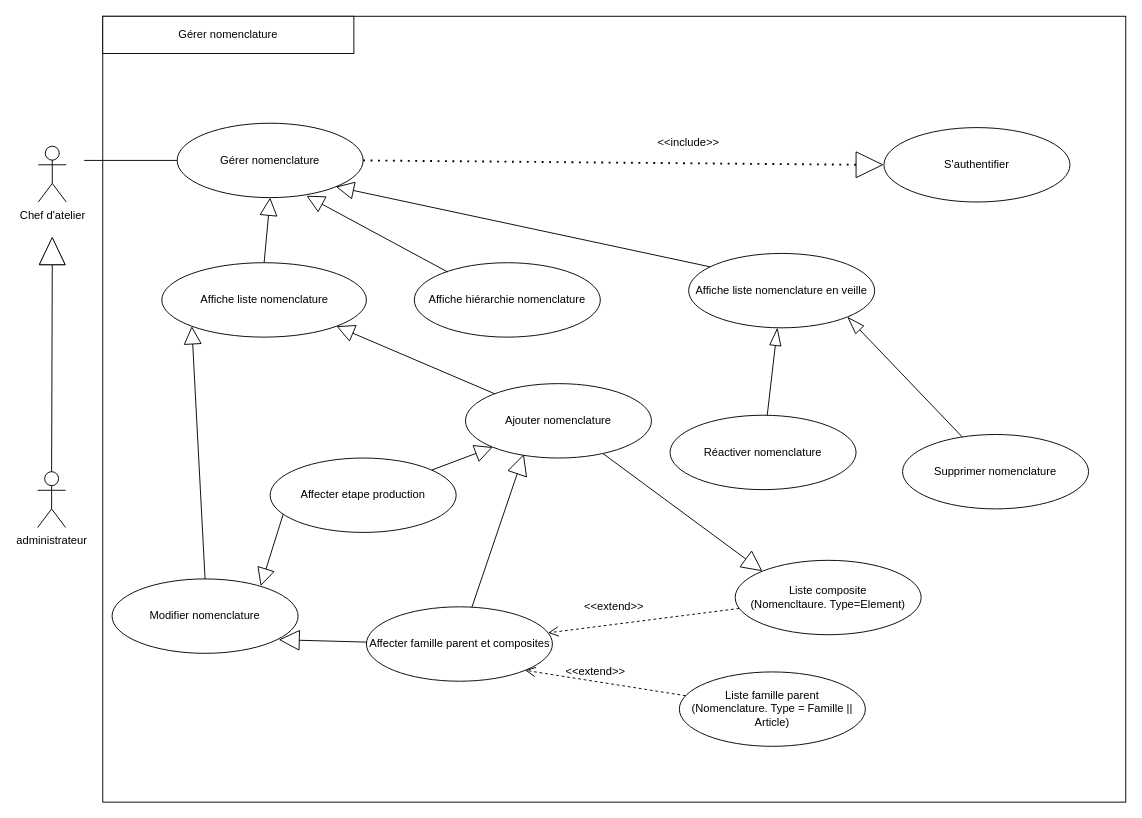
The draw.io diagram GérerNomenclature.drawio in AbdelazizBs/GPAO-SpringApp, before the edit. Source tidied: cells renumbered, new cells numbered last; positions are measured from the earlier drawing's top-left corner, leaving out a move shared by most shapes. Both pictures are drawn from the tidied source at 93%, with x=0, y=0 at pixel (37, 16).
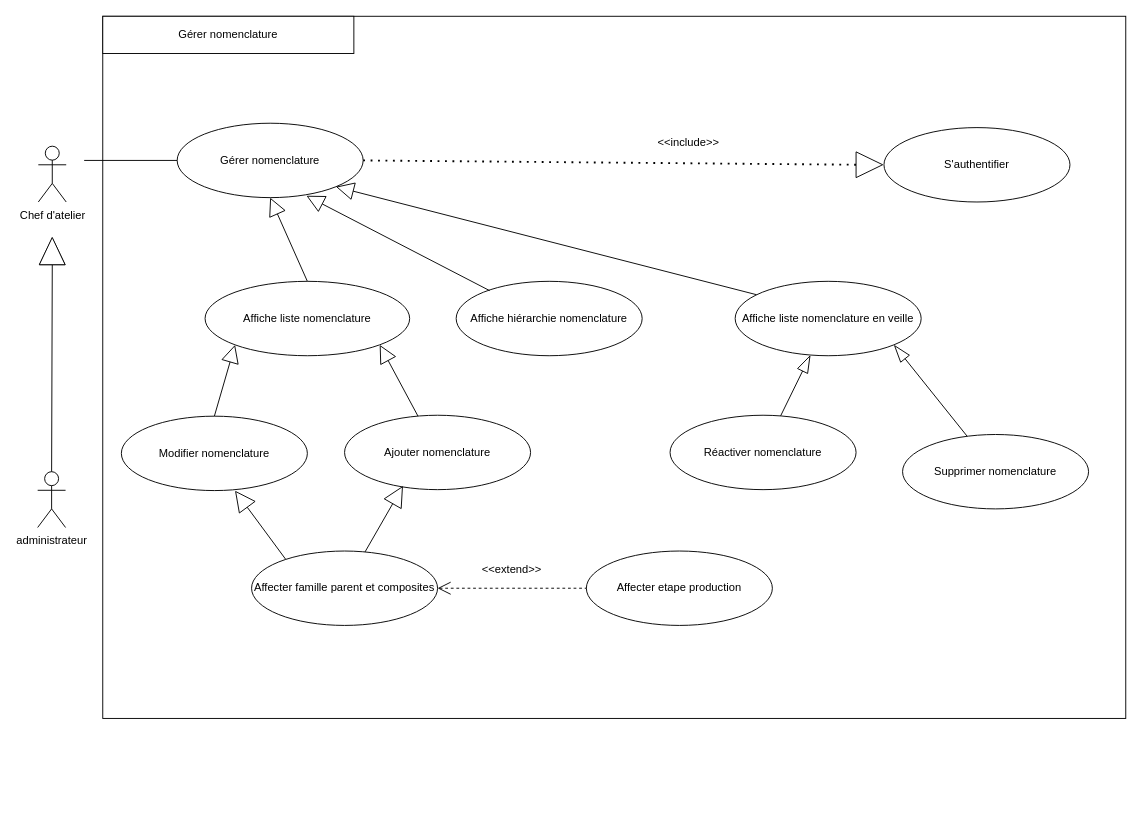
Above is the later version.

Commit message:
Mettre à jour GérerNomenclature.drawio

The edit, as a diff of the source:
```diff
@@
     <mxCell id="2" style="rounded=0;whiteSpace=wrap;html=1;" parent="1" vertex="1">
-      <mxGeometry x="70" width="1100" height="845" as="geometry" />
+      <mxGeometry x="70" width="1100" height="755" as="geometry" />
     </mxCell>
@@
     <mxCell id="8" value="Affiche liste nomenclature" style="ellipse;whiteSpace=wrap;html=1;" parent="1" vertex="1">
-      <mxGeometry x="133.5" y="265" width="220" height="80" as="geometry" />
+      <mxGeometry x="180" y="285" width="220" height="80" as="geometry" />
     </mxCell>
@@
     <mxCell id="12" value="Modifier nomenclature" style="ellipse;whiteSpace=wrap;html=1;" parent="1" vertex="1">
-      <mxGeometry x="80" y="605" width="200" height="80" as="geometry" />
+      <mxGeometry x="90" y="430" width="200" height="80" as="geometry" />
     </mxCell>
@@
     <mxCell id="17" value="Affiche hiérarchie nomenclature" style="ellipse;whiteSpace=wrap;html=1;" parent="1" vertex="1">
-      <mxGeometry x="405" y="265" width="200" height="80" as="geometry" />
+      <mxGeometry x="450" y="285" width="200" height="80" as="geometry" />
     </mxCell>
     <mxCell id="18" value="Affiche liste nomenclature en veille" style="ellipse;whiteSpace=wrap;html=1;" parent="1" vertex="1">
-      <mxGeometry x="700" y="255" width="200" height="80" as="geometry" />
+      <mxGeometry x="750" y="285" width="200" height="80" as="geometry" />
     </mxCell>
@@
-    <mxCell id="20" style="rounded=0;jettySize=auto;html=1;entryX=0;entryY=0;entryDx=0;entryDy=0;endArrow=block;endFill=0;endSize=20;" parent="1" edge="1" source="21" target="37">
-      <mxGeometry relative="1" as="geometry" />
-    </mxCell>
     <mxCell id="21" value="Ajouter nomenclature" style="ellipse;whiteSpace=wrap;html=1;" parent="1" vertex="1">
-      <mxGeometry x="460" y="395" width="200" height="80" as="geometry" />
+      <mxGeometry x="330" y="429" width="200" height="80" as="geometry" />
     </mxCell>
-    <mxCell id="22" style="rounded=0;jettySize=auto;html=1;entryX=1;entryY=1;entryDx=0;entryDy=0;dashed=1;endSize=9;endArrow=open;endFill=0;" parent="1" edge="1" source="23" target="39">
-      <mxGeometry relative="1" as="geometry" />
-    </mxCell>
-    <mxCell id="23" value="Liste famille parent&lt;br&gt;(Nomenclature. Type = Famille || Article)" style="ellipse;whiteSpace=wrap;html=1;" parent="1" vertex="1">
-      <mxGeometry x="690" y="705" width="200" height="80" as="geometry" />
-    </mxCell>
@@
-    <mxCell id="28" style="rounded=0;jettySize=auto;html=1;endSize=17;endArrow=block;endFill=0;entryX=0;entryY=1;entryDx=0;entryDy=0;" parent="1" edge="1" source="30" target="21">
-      <mxGeometry relative="1" as="geometry" />
-    </mxCell>
-    <mxCell id="29" style="rounded=0;jettySize=auto;html=1;exitX=0;exitY=0;exitDx=0;exitDy=0;endSize=17;endArrow=block;endFill=0;entryX=0.799;entryY=0.096;entryDx=0;entryDy=0;entryPerimeter=0;" parent="1" edge="1" source="30" target="12">
-      <mxGeometry relative="1" as="geometry" />
-    </mxCell>
     <mxCell id="30" value="Affecter etape production" style="ellipse;whiteSpace=wrap;html=1;" parent="1" vertex="1">
-      <mxGeometry x="250" y="475" width="200" height="80" as="geometry" />
+      <mxGeometry x="590" y="575" width="200" height="80" as="geometry" />
     </mxCell>
@@
-    <mxCell id="34" value="&amp;lt;&amp;lt;extend&amp;gt;&amp;gt;" style="text;html=1;strokeColor=none;fillColor=none;align=center;verticalAlign=middle;whiteSpace=wrap;rounded=0;" parent="1" vertex="1">
-      <mxGeometry x="600" y="625" width="40" height="20" as="geometry" />
-    </mxCell>
@@
-    <mxCell id="36" style="rounded=0;jettySize=auto;html=1;endArrow=open;endFill=0;dashed=1;endSize=9;" parent="1" edge="1" source="37" target="39">
-      <mxGeometry relative="1" as="geometry" />
-    </mxCell>
-    <mxCell id="37" value="Liste composite&lt;br&gt;(Nomencltaure. Type=Element)" style="ellipse;whiteSpace=wrap;html=1;" parent="1" vertex="1">
-      <mxGeometry x="750" y="585" width="200" height="80" as="geometry" />
-    </mxCell>
-    <mxCell id="38" style="rounded=0;jettySize=auto;html=1;entryX=0.896;entryY=0.817;entryDx=0;entryDy=0;entryPerimeter=0;endArrow=block;endFill=0;endSize=20;" parent="1" edge="1" source="39" target="12">
+    <mxCell id="38" style="rounded=0;jettySize=auto;html=1;entryX=0.611;entryY=1.001;entryDx=0;entryDy=0;entryPerimeter=0;endArrow=block;endFill=0;endSize=20;exitX=0.194;exitY=0.147;exitDx=0;exitDy=0;exitPerimeter=0;" parent="1" edge="1" source="39" target="12">
       <mxGeometry relative="1" as="geometry" />
     </mxCell>
+    <mxCell id="42" style="edgeStyle=orthogonalEdgeStyle;rounded=0;jettySize=auto;html=1;endArrow=none;endFill=0;startArrow=open;startFill=0;dashed=1;endSize=8;startSize=12;" parent="1" edge="1" source="39" target="30">
+      <mxGeometry relative="1" as="geometry" />
+    </mxCell>
     <mxCell id="39" value="Affecter famille parent et composites" style="ellipse;whiteSpace=wrap;html=1;" parent="1" vertex="1">
-      <mxGeometry x="353.5" y="635" width="200" height="80" as="geometry" />
+      <mxGeometry x="230" y="575" width="200" height="80" as="geometry" />
     </mxCell>
@@
-    <mxCell id="41" value="&amp;lt;&amp;lt;extend&amp;gt;&amp;gt;" style="text;html=1;strokeColor=none;fillColor=none;align=center;verticalAlign=middle;whiteSpace=wrap;rounded=0;" parent="1" vertex="1">
-      <mxGeometry x="580" y="695" width="40" height="20" as="geometry" />
-    </mxCell>
+    <mxCell id="43" value="&amp;lt;&amp;lt;extend&amp;gt;&amp;gt;" style="text;html=1;strokeColor=none;fillColor=none;align=center;verticalAlign=middle;whiteSpace=wrap;rounded=0;" parent="1" vertex="1">
+      <mxGeometry x="490" y="585" width="40" height="20" as="geometry" />
+    </mxCell>
```
